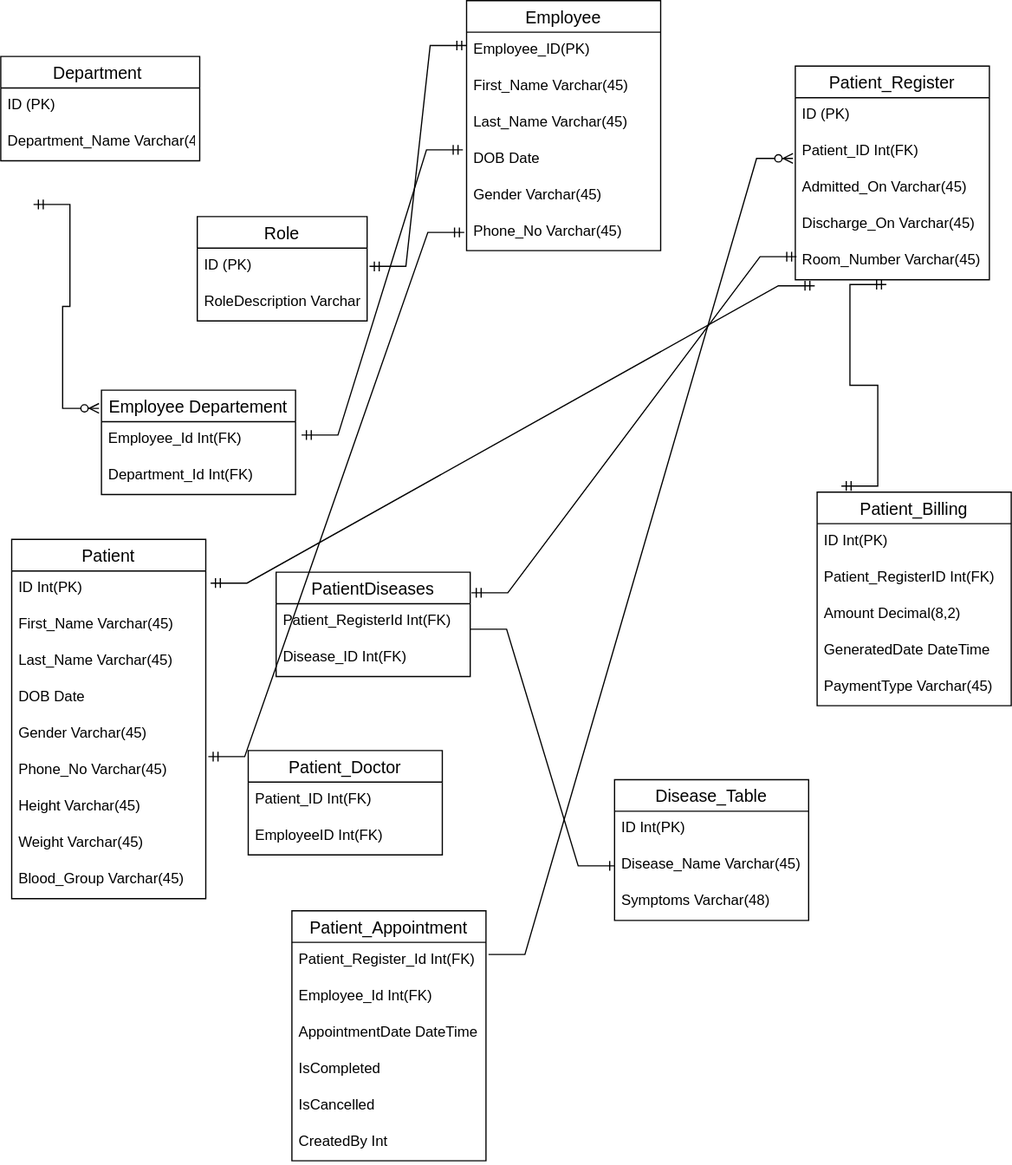
This is Hospital Management System/Hospital Management System.drawio.svg from Mahima-01/Training-Repository, a draw.io export, as it was before one commit. Source tidied: cells renumbered, new cells last; positions are measured from the earlier drawing's top-left corner, leaving out a move shared by most shapes.
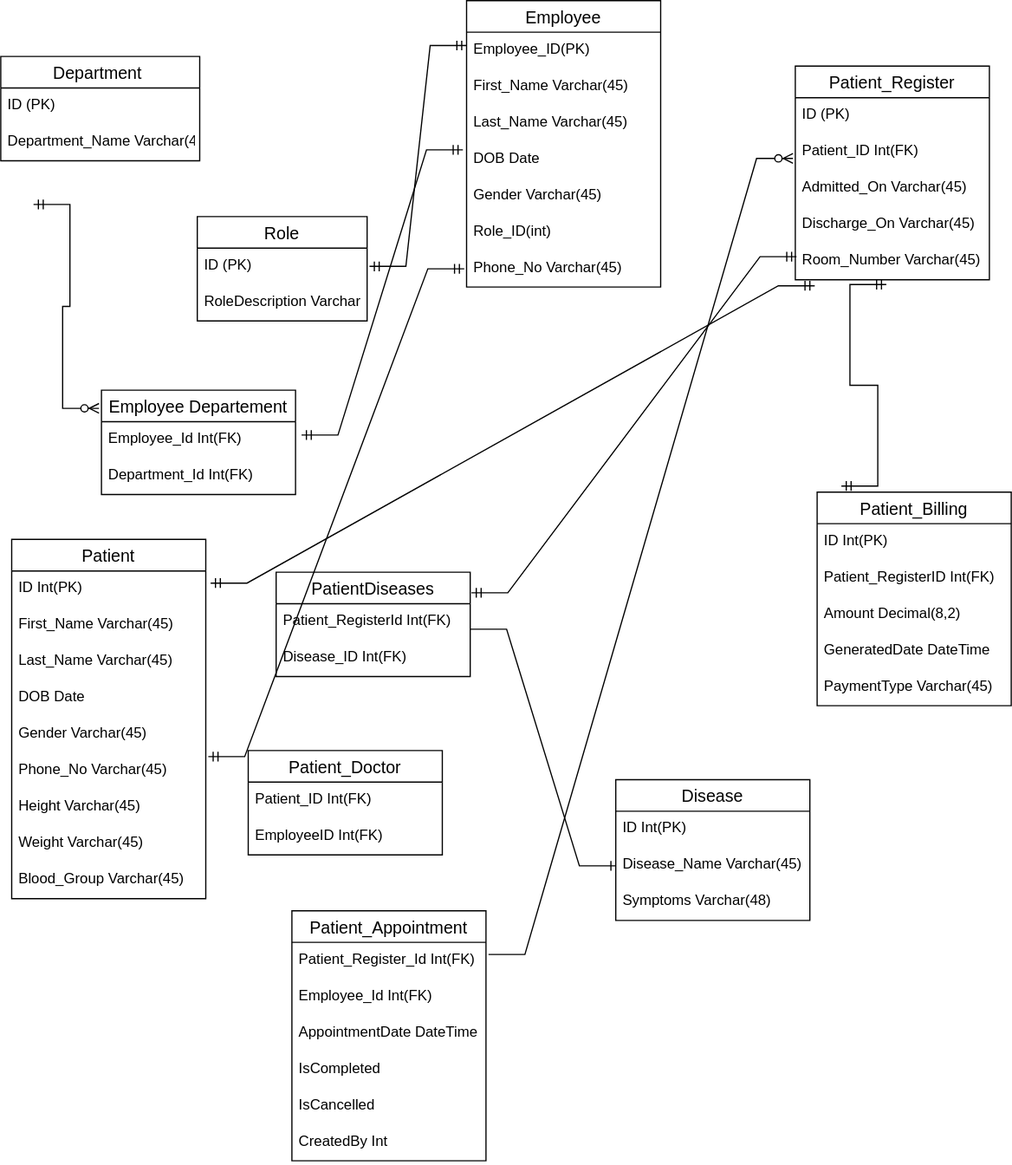
After the change.

Commit message:
Change done in employee table and renamed disease_table to disease.

What changed in the source:
```diff
@@ -36,7 +36,7 @@
       <mxGeometry y="56" width="140" height="30" as="geometry" />
     </mxCell>
     <mxCell id="12" value="Employee" style="swimlane;fontStyle=0;horizontal=1;startSize=26;align=center;fontSize=14;" parent="1" vertex="1">
-      <mxGeometry x="384" width="160" height="206" as="geometry" />
+      <mxGeometry x="384" width="160" height="236" as="geometry" />
     </mxCell>
     <mxCell id="13" value="Employee_ID(PK)" style="text;strokeColor=none;fillColor=none;spacingLeft=4;spacingRight=4;overflow=hidden;points=[[0,0.5],[1,0.5]];portConstraint=eastwest;fontSize=12;" parent="12" vertex="1">
       <mxGeometry y="26" width="160" height="30" as="geometry" />
@@ -53,8 +53,11 @@
     <mxCell id="17" value="Gender Varchar(45)" style="text;strokeColor=none;fillColor=none;spacingLeft=4;spacingRight=4;overflow=hidden;fontSize=12;" parent="12" vertex="1">
       <mxGeometry y="146" width="160" height="30" as="geometry" />
     </mxCell>
+    <mxCell id="66" value="Role_ID(int)" style="text;strokeColor=none;fillColor=none;spacingLeft=4;spacingRight=4;overflow=hidden;fontSize=12;" parent="12" vertex="1">
+      <mxGeometry y="176" width="160" height="30" as="geometry" />
+    </mxCell>
     <mxCell id="18" value="Phone_No Varchar(45)" style="text;strokeColor=none;fillColor=none;spacingLeft=4;spacingRight=4;overflow=hidden;points=[[0,0.5],[1,0.5]];portConstraint=eastwest;fontSize=12;" parent="12" vertex="1">
-      <mxGeometry y="176" width="160" height="30" as="geometry" />
+      <mxGeometry y="206" width="160" height="30" as="geometry" />
     </mxCell>
     <mxCell id="19" value="PatientDiseases" style="swimlane;fontStyle=0;horizontal=1;startSize=26;align=center;fontSize=14;" parent="1" vertex="1">
       <mxGeometry x="227" y="471" width="160" height="86" as="geometry" />
@@ -140,8 +143,8 @@
     <mxCell id="46" value="EmployeeID Int(FK)" style="text;strokeColor=none;fillColor=none;spacingLeft=4;spacingRight=4;overflow=hidden;fontSize=12;" parent="44" vertex="1">
       <mxGeometry y="56" width="160" height="30" as="geometry" />
     </mxCell>
-    <mxCell id="47" value="Disease_Table" style="swimlane;fontStyle=0;horizontal=1;startSize=26;align=center;fontSize=14;" parent="1" vertex="1">
-      <mxGeometry x="506" y="642" width="160" height="116" as="geometry" />
+    <mxCell id="47" value="Disease" style="swimlane;fontStyle=0;horizontal=1;startSize=26;align=center;fontSize=14;" parent="1" vertex="1">
+      <mxGeometry x="507" y="642" width="160" height="116" as="geometry" />
     </mxCell>
     <mxCell id="48" value="ID Int(PK)" style="text;strokeColor=none;fillColor=none;spacingLeft=4;spacingRight=4;overflow=hidden;fontSize=12;" parent="47" vertex="1">
       <mxGeometry y="26" width="160" height="30" as="geometry" />
```
